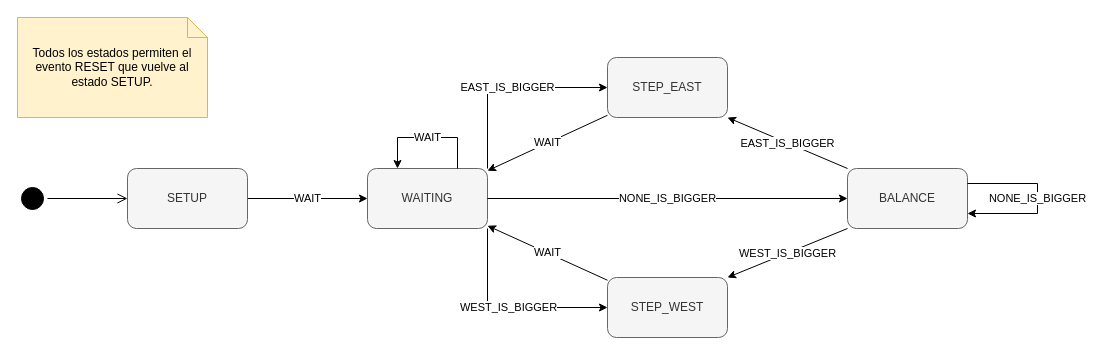
The draw.io diagram page "Maquina de estados" (2 of 2) of drawio/plano_dinamico.drawio in Dr-Pe/soa-solar-panel, before the edit. Source tidied: cells renumbered, new cells numbered last; positions are measured from the earlier drawing's top-left corner, leaving out a move shared by most shapes. Both pictures are drawn from the tidied source at 100%, with x=0, y=0 at pixel (17, 17).
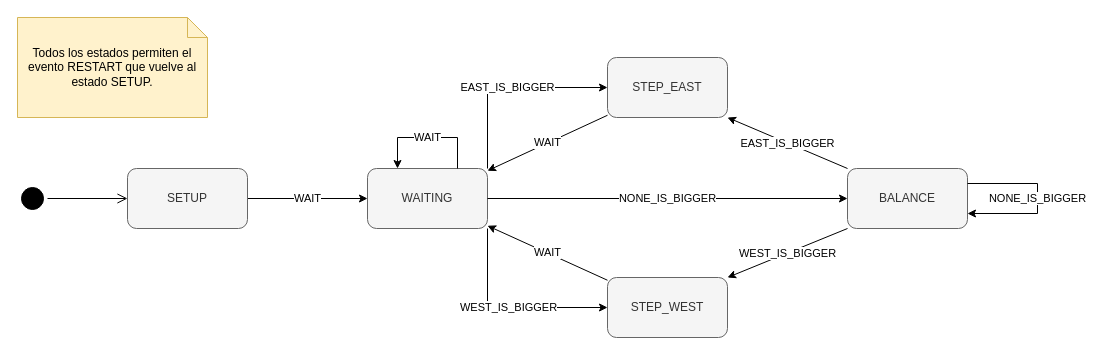
After the change.

Commit message:
RESET por RESTART en plano_dinamico

The edit, as a diff of the source:
```diff
@@
-    <mxCell id="19" value="&lt;div align=&quot;center&quot;&gt;Todos los estados permiten el evento RESET que vuelve al estado SETUP.&lt;br&gt;&lt;/div&gt;" style="shape=note;size=20;whiteSpace=wrap;html=1;fillColor=#fff2cc;strokeColor=#d6b656;" parent="1" vertex="1">
+    <mxCell id="19" value="&lt;div align=&quot;center&quot;&gt;Todos los estados permiten el evento RESTART que vuelve al estado SETUP.&lt;br&gt;&lt;/div&gt;" style="shape=note;size=20;whiteSpace=wrap;html=1;fillColor=#fff2cc;strokeColor=#d6b656;" parent="1" vertex="1">
       <mxGeometry width="190" height="100" as="geometry" />
     </mxCell>
```
